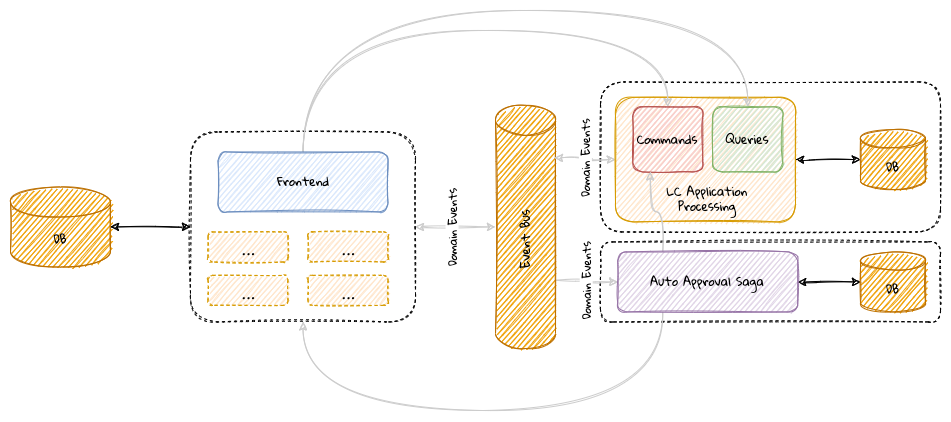
This is images/lc-application-monolith-stage-5.png from ddd-book-java/prem-website, a draw.io export, as it was before one commit. Source tidied: cells renumbered, new cells last; positions are measured from the earlier drawing's top-left corner, leaving out a move shared by most shapes. The source it was exported from:
```xml
<mxGraphModel>
  <root>
    <mxCell id="0" />
    <mxCell id="1" parent="0" />
    <mxCell id="2" style="rounded=1;whiteSpace=wrap;html=1;sketch=1;fontFamily=Gloria Hallelujah;fontSource=https%3A%2F%2Ffonts.googleapis.com%2Fcss%3Ffamily%3DGloria%2BHallelujah;fontSize=11;dashed=1;strokeWidth=1;glass=0;strokeColor=#000000;" parent="1" vertex="1">
      <mxGeometry x="590" y="71.4" width="340" height="150" as="geometry" />
    </mxCell>
    <mxCell id="3" style="rounded=1;whiteSpace=wrap;html=1;sketch=1;fontFamily=Gloria Hallelujah;fontSource=https%3A%2F%2Ffonts.googleapis.com%2Fcss%3Ffamily%3DGloria%2BHallelujah;fontSize=11;dashed=1;strokeWidth=1;glass=0;strokeColor=#000000;" parent="1" vertex="1">
      <mxGeometry x="590" y="231.4" width="340" height="80" as="geometry" />
    </mxCell>
    <mxCell id="4" style="edgeStyle=orthogonalEdgeStyle;curved=1;rounded=1;sketch=1;jettySize=auto;html=1;entryX=0;entryY=0.5;entryDx=0;entryDy=0;entryPerimeter=0;fontFamily=Gloria Hallelujah;fontSource=https%3A%2F%2Ffonts.googleapis.com%2Fcss%3Ffamily%3DGloria%2BHallelujah;fontSize=11;startArrow=classic;startFill=1;endArrow=classic;endFill=1;strokeColor=#CCCCCC;" parent="1" edge="1" source="6" target="8">
      <mxGeometry relative="1" as="geometry" />
    </mxCell>
    <mxCell id="5" value="Domain Events" style="edgeLabel;html=1;align=center;verticalAlign=middle;fontSize=11;fontFamily=Gloria Hallelujah;horizontal=0;" parent="4" vertex="1">
      <mxGeometry x="-0.1" y="-2" relative="1" as="geometry" />
    </mxCell>
    <mxCell id="6" style="rounded=1;whiteSpace=wrap;html=1;sketch=1;fontFamily=Gloria Hallelujah;fontSource=https%3A%2F%2Ffonts.googleapis.com%2Fcss%3Ffamily%3DGloria%2BHallelujah;dashed=1;strokeColor=#000000;" parent="1" vertex="1">
      <mxGeometry x="180" y="121.4" width="225" height="190" as="geometry" />
    </mxCell>
    <mxCell id="7" value="Domain Events" style="edgeStyle=orthogonalEdgeStyle;curved=1;rounded=1;sketch=1;jettySize=auto;html=1;exitX=1;exitY=0;exitDx=0;exitDy=174.84;exitPerimeter=0;entryX=0;entryY=0.5;entryDx=0;entryDy=0;fontFamily=Gloria Hallelujah;fontSource=https%3A%2F%2Ffonts.googleapis.com%2Fcss%3Ffamily%3DGloria%2BHallelujah;startArrow=none;startFill=0;horizontal=0;strokeColor=#CCCCCC;" parent="1" edge="1" source="8" target="17">
      <mxGeometry relative="1" as="geometry" />
    </mxCell>
    <mxCell id="8" value="Event Bus" style="shape=cylinder3;whiteSpace=wrap;html=1;boundedLbl=1;backgroundOutline=1;size=15;rounded=1;sketch=1;fontFamily=Gloria Hallelujah;fontSource=https%3A%2F%2Ffonts.googleapis.com%2Fcss%3Ffamily%3DGloria%2BHallelujah;fillColor=#f0a30a;strokeColor=#BD7000;fontColor=#000000;horizontal=0;rotation=0;" parent="1" vertex="1">
      <mxGeometry x="485" y="94.9" width="60" height="243.1" as="geometry" />
    </mxCell>
    <mxCell id="9" value="Domain Events" style="edgeStyle=orthogonalEdgeStyle;curved=1;rounded=1;sketch=1;jettySize=auto;html=1;fontFamily=Gloria Hallelujah;fontSource=https%3A%2F%2Ffonts.googleapis.com%2Fcss%3Ffamily%3DGloria%2BHallelujah;startArrow=classic;startFill=1;horizontal=0;entryX=0.983;entryY=0.216;entryDx=0;entryDy=0;entryPerimeter=0;strokeColor=#CCCCCC;" parent="1" edge="1" source="11" target="8">
      <mxGeometry relative="1" as="geometry" />
    </mxCell>
    <mxCell id="10" style="edgeStyle=orthogonalEdgeStyle;curved=1;rounded=1;sketch=1;jettySize=auto;html=1;exitX=1;exitY=0.5;exitDx=0;exitDy=0;fontFamily=Gloria Hallelujah;fontSource=https%3A%2F%2Ffonts.googleapis.com%2Fcss%3Ffamily%3DGloria%2BHallelujah;fontSize=11;startArrow=classic;startFill=1;endArrow=classic;endFill=1;" parent="1" edge="1" source="11" target="29">
      <mxGeometry relative="1" as="geometry" />
    </mxCell>
    <mxCell id="11" style="rounded=1;whiteSpace=wrap;html=1;sketch=1;fontFamily=Gloria Hallelujah;fontSource=https%3A%2F%2Ffonts.googleapis.com%2Fcss%3Ffamily%3DGloria%2BHallelujah;fillColor=#ffe6cc;strokeColor=#d79b00;" parent="1" vertex="1">
      <mxGeometry x="605" y="86.8" width="180" height="124.6" as="geometry" />
    </mxCell>
    <mxCell id="12" value="Commands" style="rounded=1;whiteSpace=wrap;html=1;sketch=1;fontFamily=Gloria Hallelujah;fontSource=https%3A%2F%2Ffonts.googleapis.com%2Fcss%3Ffamily%3DGloria%2BHallelujah;fillColor=#f8cecc;strokeColor=#b85450;" parent="1" vertex="1">
      <mxGeometry x="622.2" y="96.3" width="70" height="65.1" as="geometry" />
    </mxCell>
    <mxCell id="13" value="Queries" style="rounded=1;whiteSpace=wrap;html=1;sketch=1;fontFamily=Gloria Hallelujah;fontSource=https%3A%2F%2Ffonts.googleapis.com%2Fcss%3Ffamily%3DGloria%2BHallelujah;fillColor=#d5e8d4;strokeColor=#82b366;" parent="1" vertex="1">
      <mxGeometry x="702.2" y="96.3" width="70" height="65.1" as="geometry" />
    </mxCell>
    <mxCell id="14" style="edgeStyle=orthogonalEdgeStyle;curved=1;rounded=1;sketch=1;jettySize=auto;html=1;entryX=0;entryY=0.5;entryDx=0;entryDy=0;entryPerimeter=0;fontFamily=Gloria Hallelujah;fontSource=https%3A%2F%2Ffonts.googleapis.com%2Fcss%3Ffamily%3DGloria%2BHallelujah;startArrow=classic;startFill=1;" parent="1" edge="1" source="17" target="19">
      <mxGeometry relative="1" as="geometry" />
    </mxCell>
    <mxCell id="15" style="edgeStyle=orthogonalEdgeStyle;curved=1;rounded=1;sketch=1;jettySize=auto;html=1;exitX=0.25;exitY=0;exitDx=0;exitDy=0;entryX=0.25;entryY=1;entryDx=0;entryDy=0;fontFamily=Gloria Hallelujah;fontSource=https%3A%2F%2Ffonts.googleapis.com%2Fcss%3Ffamily%3DGloria%2BHallelujah;fontSize=11;startArrow=none;startFill=0;endArrow=classic;endFill=1;strokeColor=#CCCCCC;" parent="1" edge="1" source="17" target="12">
      <mxGeometry relative="1" as="geometry" />
    </mxCell>
    <mxCell id="16" style="edgeStyle=orthogonalEdgeStyle;curved=1;rounded=1;sketch=1;jettySize=auto;html=1;exitX=0.25;exitY=1;exitDx=0;exitDy=0;entryX=0.5;entryY=1;entryDx=0;entryDy=0;fontFamily=Gloria Hallelujah;fontSource=https%3A%2F%2Ffonts.googleapis.com%2Fcss%3Ffamily%3DGloria%2BHallelujah;fontSize=11;startArrow=none;startFill=0;endArrow=classic;endFill=1;strokeColor=#CCCCCC;" parent="1" edge="1" source="17" target="6">
      <mxGeometry relative="1" as="geometry">
        <Array as="points">
          <mxPoint x="652" y="400" />
          <mxPoint x="293" y="400" />
        </Array>
      </mxGeometry>
    </mxCell>
    <mxCell id="17" value="Auto Approval Saga" style="rounded=1;whiteSpace=wrap;html=1;sketch=1;fontFamily=Gloria Hallelujah;fontSource=https%3A%2F%2Ffonts.googleapis.com%2Fcss%3Ffamily%3DGloria%2BHallelujah;fillColor=#e1d5e7;strokeColor=#9673a6;" parent="1" vertex="1">
      <mxGeometry x="607.2" y="241.4" width="180" height="60" as="geometry" />
    </mxCell>
    <mxCell id="18" value="LC Application Processing" style="text;html=1;strokeColor=none;fillColor=none;align=center;verticalAlign=middle;whiteSpace=wrap;rounded=1;sketch=1;fontFamily=Gloria Hallelujah;fontSource=https%3A%2F%2Ffonts.googleapis.com%2Fcss%3Ffamily%3DGloria%2BHallelujah;" parent="1" vertex="1">
      <mxGeometry x="652.2" y="172.9" width="90" height="30" as="geometry" />
    </mxCell>
    <mxCell id="19" value="DB" style="shape=cylinder3;whiteSpace=wrap;html=1;boundedLbl=1;backgroundOutline=1;size=9;sketch=1;rounded=1;fontFamily=Gloria Hallelujah;fontSource=https%3A%2F%2Ffonts.googleapis.com%2Fcss%3Ffamily%3DGloria%2BHallelujah;fillColor=#f0a30a;strokeColor=#BD7000;fontColor=#000000;" parent="1" vertex="1">
      <mxGeometry x="850" y="241.4" width="65" height="60" as="geometry" />
    </mxCell>
    <mxCell id="20" style="edgeStyle=orthogonalEdgeStyle;curved=1;rounded=1;sketch=1;jettySize=auto;html=1;startArrow=classic;startFill=1;exitX=0;exitY=0.5;exitDx=0;exitDy=0;entryX=1;entryY=0.5;entryDx=0;entryDy=0;entryPerimeter=0;" parent="1" edge="1" source="6" target="28">
      <mxGeometry relative="1" as="geometry" />
    </mxCell>
    <mxCell id="21" style="edgeStyle=orthogonalEdgeStyle;curved=1;rounded=1;sketch=1;jettySize=auto;html=1;entryX=0.5;entryY=0;entryDx=0;entryDy=0;fontFamily=Gloria Hallelujah;fontSource=https%3A%2F%2Ffonts.googleapis.com%2Fcss%3Ffamily%3DGloria%2BHallelujah;fontSize=16;fontColor=#999999;startArrow=none;startFill=0;endArrow=classic;endFill=1;strokeColor=#CCCCCC;" parent="1" edge="1" source="23" target="12">
      <mxGeometry relative="1" as="geometry">
        <Array as="points">
          <mxPoint x="293" y="20" />
          <mxPoint x="657" y="20" />
        </Array>
      </mxGeometry>
    </mxCell>
    <mxCell id="22" style="edgeStyle=orthogonalEdgeStyle;curved=1;rounded=1;sketch=1;jettySize=auto;html=1;entryX=0.5;entryY=0;entryDx=0;entryDy=0;fontFamily=Gloria Hallelujah;fontSource=https%3A%2F%2Ffonts.googleapis.com%2Fcss%3Ffamily%3DGloria%2BHallelujah;fontSize=16;fontColor=#999999;startArrow=none;startFill=0;endArrow=classic;endFill=1;strokeColor=#CCCCCC;" parent="1" edge="1" source="23" target="13">
      <mxGeometry relative="1" as="geometry">
        <Array as="points">
          <mxPoint x="293" />
          <mxPoint x="737" />
        </Array>
      </mxGeometry>
    </mxCell>
    <mxCell id="23" value="Frontend" style="rounded=1;whiteSpace=wrap;html=1;sketch=1;fontFamily=Gloria Hallelujah;fontSource=https%3A%2F%2Ffonts.googleapis.com%2Fcss%3Ffamily%3DGloria%2BHallelujah;fillColor=#dae8fc;strokeColor=#6c8ebf;" parent="1" vertex="1">
      <mxGeometry x="207.5" y="141.4" width="170" height="60" as="geometry" />
    </mxCell>
    <mxCell id="24" value="&lt;font style=&quot;font-size: 21px&quot;&gt;...&lt;/font&gt;" style="rounded=1;whiteSpace=wrap;html=1;sketch=1;fontFamily=Gloria Hallelujah;fontSource=https%3A%2F%2Ffonts.googleapis.com%2Fcss%3Ffamily%3DGloria%2BHallelujah;fillColor=#ffe6cc;strokeColor=#d79b00;dashed=1;" parent="1" vertex="1">
      <mxGeometry x="197.5" y="221.4" width="80" height="30" as="geometry" />
    </mxCell>
    <mxCell id="25" value="&lt;font style=&quot;font-size: 21px&quot;&gt;...&lt;/font&gt;" style="rounded=1;whiteSpace=wrap;html=1;sketch=1;fontFamily=Gloria Hallelujah;fontSource=https%3A%2F%2Ffonts.googleapis.com%2Fcss%3Ffamily%3DGloria%2BHallelujah;fillColor=#ffe6cc;strokeColor=#d79b00;dashed=1;" parent="1" vertex="1">
      <mxGeometry x="297.5" y="221.4" width="80" height="30" as="geometry" />
    </mxCell>
    <mxCell id="26" value="&lt;font style=&quot;font-size: 21px&quot;&gt;...&lt;/font&gt;" style="rounded=1;whiteSpace=wrap;html=1;sketch=1;fontFamily=Gloria Hallelujah;fontSource=https%3A%2F%2Ffonts.googleapis.com%2Fcss%3Ffamily%3DGloria%2BHallelujah;fillColor=#ffe6cc;strokeColor=#d79b00;dashed=1;" parent="1" vertex="1">
      <mxGeometry x="197.5" y="264.9" width="80" height="30" as="geometry" />
    </mxCell>
    <mxCell id="27" value="&lt;font style=&quot;font-size: 21px&quot;&gt;...&lt;/font&gt;" style="rounded=1;whiteSpace=wrap;html=1;sketch=1;fontFamily=Gloria Hallelujah;fontSource=https%3A%2F%2Ffonts.googleapis.com%2Fcss%3Ffamily%3DGloria%2BHallelujah;fillColor=#ffe6cc;strokeColor=#d79b00;dashed=1;" parent="1" vertex="1">
      <mxGeometry x="297.5" y="264.9" width="80" height="30" as="geometry" />
    </mxCell>
    <mxCell id="28" value="DB" style="shape=cylinder3;whiteSpace=wrap;html=1;boundedLbl=1;backgroundOutline=1;size=15;sketch=1;rounded=1;fontFamily=Gloria Hallelujah;fontSource=https%3A%2F%2Ffonts.googleapis.com%2Fcss%3Ffamily%3DGloria%2BHallelujah;fillColor=#f0a30a;strokeColor=#BD7000;fontColor=#000000;" parent="1" vertex="1">
      <mxGeometry y="176.4" width="100" height="80" as="geometry" />
    </mxCell>
    <mxCell id="29" value="DB" style="shape=cylinder3;whiteSpace=wrap;html=1;boundedLbl=1;backgroundOutline=1;size=9;sketch=1;rounded=1;fontFamily=Gloria Hallelujah;fontSource=https%3A%2F%2Ffonts.googleapis.com%2Fcss%3Ffamily%3DGloria%2BHallelujah;fillColor=#f0a30a;strokeColor=#BD7000;fontColor=#000000;" parent="1" vertex="1">
      <mxGeometry x="850" y="119.1" width="65" height="60" as="geometry" />
    </mxCell>
  </root>
</mxGraphModel>
```
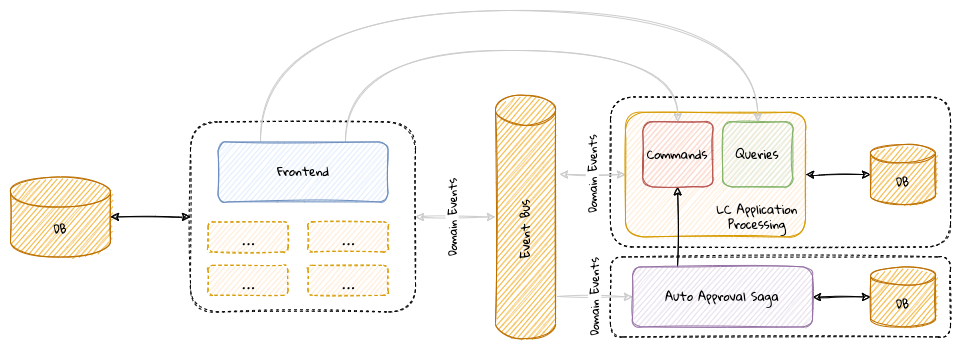
After the change.

Change to the diagram source:
```diff
@@ -3,10 +3,10 @@
     <mxCell id="0" />
     <mxCell id="1" parent="0" />
     <mxCell id="2" style="rounded=1;whiteSpace=wrap;html=1;sketch=1;fontFamily=Gloria Hallelujah;fontSource=https%3A%2F%2Ffonts.googleapis.com%2Fcss%3Ffamily%3DGloria%2BHallelujah;fontSize=11;dashed=1;strokeWidth=1;glass=0;strokeColor=#000000;" parent="1" vertex="1">
-      <mxGeometry x="590" y="71.4" width="340" height="150" as="geometry" />
+      <mxGeometry x="600" y="96.4" width="340" height="150" as="geometry" />
     </mxCell>
     <mxCell id="3" style="rounded=1;whiteSpace=wrap;html=1;sketch=1;fontFamily=Gloria Hallelujah;fontSource=https%3A%2F%2Ffonts.googleapis.com%2Fcss%3Ffamily%3DGloria%2BHallelujah;fontSize=11;dashed=1;strokeWidth=1;glass=0;strokeColor=#000000;" parent="1" vertex="1">
-      <mxGeometry x="590" y="231.4" width="340" height="80" as="geometry" />
+      <mxGeometry x="600" y="256.4" width="340" height="80" as="geometry" />
     </mxCell>
     <mxCell id="4" style="edgeStyle=orthogonalEdgeStyle;curved=1;rounded=1;sketch=1;jettySize=auto;html=1;entryX=0;entryY=0.5;entryDx=0;entryDy=0;entryPerimeter=0;fontFamily=Gloria Hallelujah;fontSource=https%3A%2F%2Ffonts.googleapis.com%2Fcss%3Ffamily%3DGloria%2BHallelujah;fontSize=11;startArrow=classic;startFill=1;endArrow=classic;endFill=1;strokeColor=#CCCCCC;" parent="1" edge="1" source="6" target="8">
       <mxGeometry relative="1" as="geometry" />
@@ -17,66 +17,58 @@
     <mxCell id="6" style="rounded=1;whiteSpace=wrap;html=1;sketch=1;fontFamily=Gloria Hallelujah;fontSource=https%3A%2F%2Ffonts.googleapis.com%2Fcss%3Ffamily%3DGloria%2BHallelujah;dashed=1;strokeColor=#000000;" parent="1" vertex="1">
       <mxGeometry x="180" y="121.4" width="225" height="190" as="geometry" />
     </mxCell>
-    <mxCell id="7" value="Domain Events" style="edgeStyle=orthogonalEdgeStyle;curved=1;rounded=1;sketch=1;jettySize=auto;html=1;exitX=1;exitY=0;exitDx=0;exitDy=174.84;exitPerimeter=0;entryX=0;entryY=0.5;entryDx=0;entryDy=0;fontFamily=Gloria Hallelujah;fontSource=https%3A%2F%2Ffonts.googleapis.com%2Fcss%3Ffamily%3DGloria%2BHallelujah;startArrow=none;startFill=0;horizontal=0;strokeColor=#CCCCCC;" parent="1" edge="1" source="8" target="17">
+    <mxCell id="7" value="Domain Events" style="edgeStyle=orthogonalEdgeStyle;curved=1;rounded=1;sketch=1;jettySize=auto;html=1;exitX=1.033;exitY=0.827;exitDx=0;exitDy=0;exitPerimeter=0;entryX=0;entryY=0.5;entryDx=0;entryDy=0;fontFamily=Gloria Hallelujah;fontSource=https%3A%2F%2Ffonts.googleapis.com%2Fcss%3Ffamily%3DGloria%2BHallelujah;startArrow=none;startFill=0;horizontal=0;strokeColor=#CCCCCC;" parent="1" edge="1" source="8" target="17">
       <mxGeometry relative="1" as="geometry" />
     </mxCell>
     <mxCell id="8" value="Event Bus" style="shape=cylinder3;whiteSpace=wrap;html=1;boundedLbl=1;backgroundOutline=1;size=15;rounded=1;sketch=1;fontFamily=Gloria Hallelujah;fontSource=https%3A%2F%2Ffonts.googleapis.com%2Fcss%3Ffamily%3DGloria%2BHallelujah;fillColor=#f0a30a;strokeColor=#BD7000;fontColor=#000000;horizontal=0;rotation=0;" parent="1" vertex="1">
       <mxGeometry x="485" y="94.9" width="60" height="243.1" as="geometry" />
     </mxCell>
-    <mxCell id="9" value="Domain Events" style="edgeStyle=orthogonalEdgeStyle;curved=1;rounded=1;sketch=1;jettySize=auto;html=1;fontFamily=Gloria Hallelujah;fontSource=https%3A%2F%2Ffonts.googleapis.com%2Fcss%3Ffamily%3DGloria%2BHallelujah;startArrow=classic;startFill=1;horizontal=0;entryX=0.983;entryY=0.216;entryDx=0;entryDy=0;entryPerimeter=0;strokeColor=#CCCCCC;" parent="1" edge="1" source="11" target="8">
+    <mxCell id="9" value="Domain Events" style="edgeStyle=orthogonalEdgeStyle;curved=1;rounded=1;sketch=1;jettySize=auto;html=1;fontFamily=Gloria Hallelujah;fontSource=https%3A%2F%2Ffonts.googleapis.com%2Fcss%3Ffamily%3DGloria%2BHallelujah;startArrow=classic;startFill=1;horizontal=0;entryX=1.067;entryY=0.325;entryDx=0;entryDy=0;entryPerimeter=0;strokeColor=#CCCCCC;" parent="1" edge="1" source="11" target="8">
       <mxGeometry relative="1" as="geometry" />
     </mxCell>
     <mxCell id="10" style="edgeStyle=orthogonalEdgeStyle;curved=1;rounded=1;sketch=1;jettySize=auto;html=1;exitX=1;exitY=0.5;exitDx=0;exitDy=0;fontFamily=Gloria Hallelujah;fontSource=https%3A%2F%2Ffonts.googleapis.com%2Fcss%3Ffamily%3DGloria%2BHallelujah;fontSize=11;startArrow=classic;startFill=1;endArrow=classic;endFill=1;" parent="1" edge="1" source="11" target="29">
       <mxGeometry relative="1" as="geometry" />
     </mxCell>
     <mxCell id="11" style="rounded=1;whiteSpace=wrap;html=1;sketch=1;fontFamily=Gloria Hallelujah;fontSource=https%3A%2F%2Ffonts.googleapis.com%2Fcss%3Ffamily%3DGloria%2BHallelujah;fillColor=#ffe6cc;strokeColor=#d79b00;" parent="1" vertex="1">
-      <mxGeometry x="605" y="86.8" width="180" height="124.6" as="geometry" />
+      <mxGeometry x="615" y="111.8" width="180" height="124.6" as="geometry" />
     </mxCell>
     <mxCell id="12" value="Commands" style="rounded=1;whiteSpace=wrap;html=1;sketch=1;fontFamily=Gloria Hallelujah;fontSource=https%3A%2F%2Ffonts.googleapis.com%2Fcss%3Ffamily%3DGloria%2BHallelujah;fillColor=#f8cecc;strokeColor=#b85450;" parent="1" vertex="1">
-      <mxGeometry x="622.2" y="96.3" width="70" height="65.1" as="geometry" />
+      <mxGeometry x="632.2" y="121.3" width="70" height="65.1" as="geometry" />
     </mxCell>
     <mxCell id="13" value="Queries" style="rounded=1;whiteSpace=wrap;html=1;sketch=1;fontFamily=Gloria Hallelujah;fontSource=https%3A%2F%2Ffonts.googleapis.com%2Fcss%3Ffamily%3DGloria%2BHallelujah;fillColor=#d5e8d4;strokeColor=#82b366;" parent="1" vertex="1">
-      <mxGeometry x="702.2" y="96.3" width="70" height="65.1" as="geometry" />
+      <mxGeometry x="712.2" y="121.3" width="70" height="65.1" as="geometry" />
     </mxCell>
     <mxCell id="14" style="edgeStyle=orthogonalEdgeStyle;curved=1;rounded=1;sketch=1;jettySize=auto;html=1;entryX=0;entryY=0.5;entryDx=0;entryDy=0;entryPerimeter=0;fontFamily=Gloria Hallelujah;fontSource=https%3A%2F%2Ffonts.googleapis.com%2Fcss%3Ffamily%3DGloria%2BHallelujah;startArrow=classic;startFill=1;" parent="1" edge="1" source="17" target="19">
       <mxGeometry relative="1" as="geometry" />
     </mxCell>
-    <mxCell id="15" style="edgeStyle=orthogonalEdgeStyle;curved=1;rounded=1;sketch=1;jettySize=auto;html=1;exitX=0.25;exitY=0;exitDx=0;exitDy=0;entryX=0.25;entryY=1;entryDx=0;entryDy=0;fontFamily=Gloria Hallelujah;fontSource=https%3A%2F%2Ffonts.googleapis.com%2Fcss%3Ffamily%3DGloria%2BHallelujah;fontSize=11;startArrow=none;startFill=0;endArrow=classic;endFill=1;strokeColor=#CCCCCC;" parent="1" edge="1" source="17" target="12">
+    <mxCell id="15" style="edgeStyle=orthogonalEdgeStyle;curved=1;rounded=1;sketch=1;jettySize=auto;html=1;exitX=0.25;exitY=0;exitDx=0;exitDy=0;entryX=0.5;entryY=1;entryDx=0;entryDy=0;fontFamily=Gloria Hallelujah;fontSource=https%3A%2F%2Ffonts.googleapis.com%2Fcss%3Ffamily%3DGloria%2BHallelujah;fontSize=11;startArrow=none;startFill=0;endArrow=classic;endFill=1;strokeColor=#000000;" parent="1" edge="1" source="17" target="12">
       <mxGeometry relative="1" as="geometry" />
     </mxCell>
-    <mxCell id="16" style="edgeStyle=orthogonalEdgeStyle;curved=1;rounded=1;sketch=1;jettySize=auto;html=1;exitX=0.25;exitY=1;exitDx=0;exitDy=0;entryX=0.5;entryY=1;entryDx=0;entryDy=0;fontFamily=Gloria Hallelujah;fontSource=https%3A%2F%2Ffonts.googleapis.com%2Fcss%3Ffamily%3DGloria%2BHallelujah;fontSize=11;startArrow=none;startFill=0;endArrow=classic;endFill=1;strokeColor=#CCCCCC;" parent="1" edge="1" source="17" target="6">
-      <mxGeometry relative="1" as="geometry">
-        <Array as="points">
-          <mxPoint x="652" y="400" />
-          <mxPoint x="293" y="400" />
-        </Array>
-      </mxGeometry>
-    </mxCell>
     <mxCell id="17" value="Auto Approval Saga" style="rounded=1;whiteSpace=wrap;html=1;sketch=1;fontFamily=Gloria Hallelujah;fontSource=https%3A%2F%2Ffonts.googleapis.com%2Fcss%3Ffamily%3DGloria%2BHallelujah;fillColor=#e1d5e7;strokeColor=#9673a6;" parent="1" vertex="1">
-      <mxGeometry x="607.2" y="241.4" width="180" height="60" as="geometry" />
+      <mxGeometry x="622" y="266.4" width="180" height="60" as="geometry" />
     </mxCell>
     <mxCell id="18" value="LC Application Processing" style="text;html=1;strokeColor=none;fillColor=none;align=center;verticalAlign=middle;whiteSpace=wrap;rounded=1;sketch=1;fontFamily=Gloria Hallelujah;fontSource=https%3A%2F%2Ffonts.googleapis.com%2Fcss%3Ffamily%3DGloria%2BHallelujah;" parent="1" vertex="1">
-      <mxGeometry x="652.2" y="172.9" width="90" height="30" as="geometry" />
+      <mxGeometry x="702.2" y="201.4" width="90" height="30" as="geometry" />
     </mxCell>
     <mxCell id="19" value="DB" style="shape=cylinder3;whiteSpace=wrap;html=1;boundedLbl=1;backgroundOutline=1;size=9;sketch=1;rounded=1;fontFamily=Gloria Hallelujah;fontSource=https%3A%2F%2Ffonts.googleapis.com%2Fcss%3Ffamily%3DGloria%2BHallelujah;fillColor=#f0a30a;strokeColor=#BD7000;fontColor=#000000;" parent="1" vertex="1">
-      <mxGeometry x="850" y="241.4" width="65" height="60" as="geometry" />
+      <mxGeometry x="860" y="266.4" width="65" height="60" as="geometry" />
     </mxCell>
     <mxCell id="20" style="edgeStyle=orthogonalEdgeStyle;curved=1;rounded=1;sketch=1;jettySize=auto;html=1;startArrow=classic;startFill=1;exitX=0;exitY=0.5;exitDx=0;exitDy=0;entryX=1;entryY=0.5;entryDx=0;entryDy=0;entryPerimeter=0;" parent="1" edge="1" source="6" target="28">
       <mxGeometry relative="1" as="geometry" />
     </mxCell>
-    <mxCell id="21" style="edgeStyle=orthogonalEdgeStyle;curved=1;rounded=1;sketch=1;jettySize=auto;html=1;entryX=0.5;entryY=0;entryDx=0;entryDy=0;fontFamily=Gloria Hallelujah;fontSource=https%3A%2F%2Ffonts.googleapis.com%2Fcss%3Ffamily%3DGloria%2BHallelujah;fontSize=16;fontColor=#999999;startArrow=none;startFill=0;endArrow=classic;endFill=1;strokeColor=#CCCCCC;" parent="1" edge="1" source="23" target="12">
+    <mxCell id="21" style="edgeStyle=orthogonalEdgeStyle;curved=1;sketch=1;jettySize=auto;html=1;exitX=0.75;exitY=0;exitDx=0;exitDy=0;entryX=0.5;entryY=0;entryDx=0;entryDy=0;fontFamily=Gloria Hallelujah;fontSource=https%3A%2F%2Ffonts.googleapis.com%2Fcss%3Ffamily%3DGloria%2BHallelujah;fontColor=#000000;startArrow=none;startFill=0;strokeColor=#CCCCCC;" parent="1" edge="1" source="23" target="12">
       <mxGeometry relative="1" as="geometry">
         <Array as="points">
-          <mxPoint x="293" y="20" />
-          <mxPoint x="657" y="20" />
+          <mxPoint x="335" y="50" />
+          <mxPoint x="667" y="50" />
         </Array>
       </mxGeometry>
     </mxCell>
-    <mxCell id="22" style="edgeStyle=orthogonalEdgeStyle;curved=1;rounded=1;sketch=1;jettySize=auto;html=1;entryX=0.5;entryY=0;entryDx=0;entryDy=0;fontFamily=Gloria Hallelujah;fontSource=https%3A%2F%2Ffonts.googleapis.com%2Fcss%3Ffamily%3DGloria%2BHallelujah;fontSize=16;fontColor=#999999;startArrow=none;startFill=0;endArrow=classic;endFill=1;strokeColor=#CCCCCC;" parent="1" edge="1" source="23" target="13">
+    <mxCell id="22" style="edgeStyle=orthogonalEdgeStyle;curved=1;sketch=1;jettySize=auto;html=1;exitX=0.25;exitY=0;exitDx=0;exitDy=0;entryX=0.5;entryY=0;entryDx=0;entryDy=0;fontFamily=Gloria Hallelujah;fontSource=https%3A%2F%2Ffonts.googleapis.com%2Fcss%3Ffamily%3DGloria%2BHallelujah;fontColor=#000000;startArrow=none;startFill=0;strokeColor=#CCCCCC;" parent="1" edge="1" source="23" target="13">
       <mxGeometry relative="1" as="geometry">
         <Array as="points">
-          <mxPoint x="293" />
-          <mxPoint x="737" />
+          <mxPoint x="250" y="10" />
+          <mxPoint x="747" y="10" />
         </Array>
       </mxGeometry>
     </mxCell>
@@ -99,7 +91,7 @@
       <mxGeometry y="176.4" width="100" height="80" as="geometry" />
     </mxCell>
     <mxCell id="29" value="DB" style="shape=cylinder3;whiteSpace=wrap;html=1;boundedLbl=1;backgroundOutline=1;size=9;sketch=1;rounded=1;fontFamily=Gloria Hallelujah;fontSource=https%3A%2F%2Ffonts.googleapis.com%2Fcss%3Ffamily%3DGloria%2BHallelujah;fillColor=#f0a30a;strokeColor=#BD7000;fontColor=#000000;" parent="1" vertex="1">
-      <mxGeometry x="850" y="119.1" width="65" height="60" as="geometry" />
+      <mxGeometry x="860" y="144.1" width="65" height="60" as="geometry" />
     </mxCell>
   </root>
 </mxGraphModel>
```
